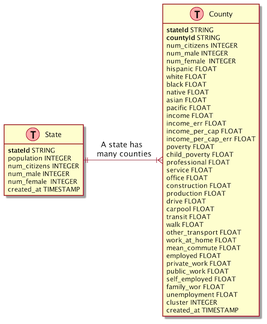
Earlier version of the PlantUML export docs/architecture/data/erd.png (bcgalvin/cdk-kinesis-firehose-athena). Its source is kept beside it as docs/architecture/data/erd.puml.
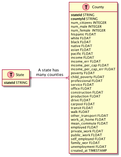
After the commit.

What changed in the source:
```diff
@@ -10,11 +10,6 @@
 
 Table(STATE, "State") {
 primary_key(stateId) STRING
-population INTEGER
-num_citizens INTEGER
-num_male INTEGER
-num_female  INTEGER
-created_at TIMESTAMP
 }
 
 Table(COUNTY, "County") {
@@ -53,7 +48,6 @@
 self_employed FLOAT
 family_wor FLOAT
 unemployment FLOAT
-cluster INTEGER
 created_at TIMESTAMP
 }
 
```
